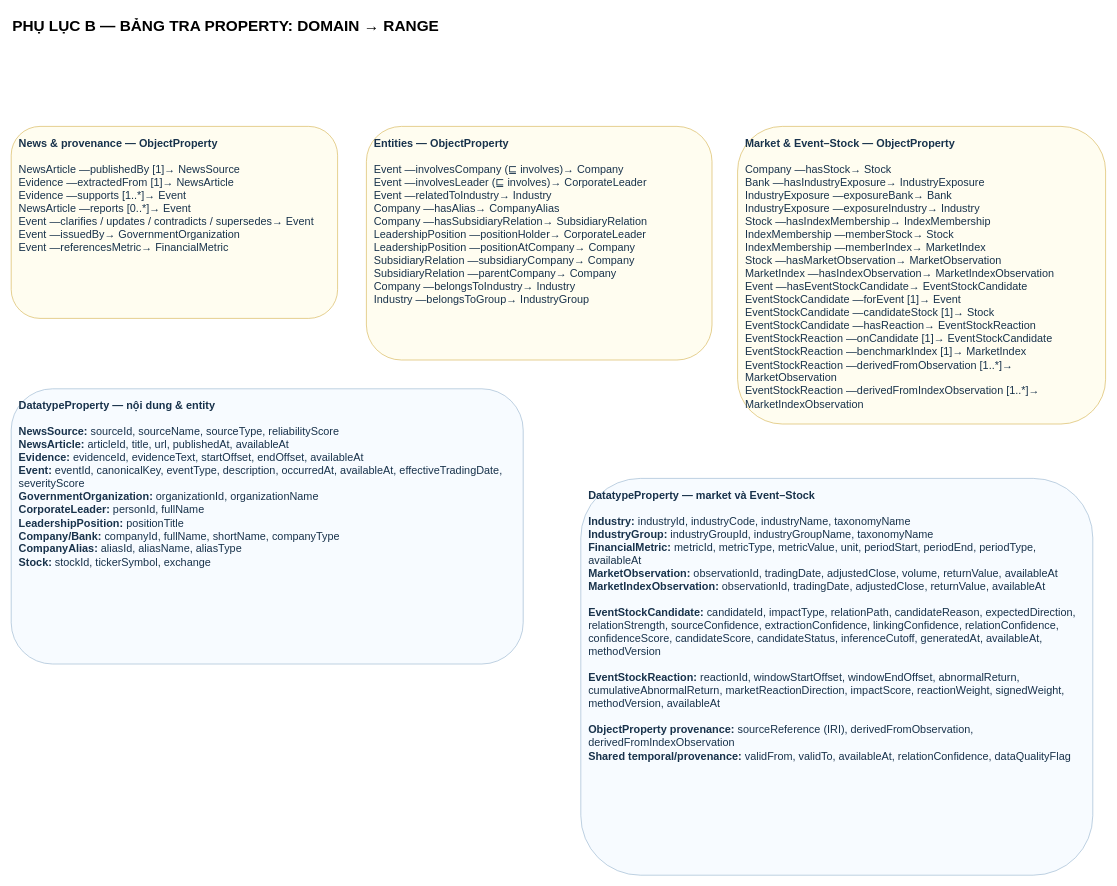
Lequynhlan/master_thesis_draf keeps this draw.io diagram as page "06-Phụ lục Entity Property" (7 of 7) of chỉnh sửa mới nhất - 01-10/master_thesis_v1_synced_01-10.drawio.xml. Above is the earlier version. Source tidied: cells renumbered, new cells numbered last; positions are measured from the earlier drawing's top-left corner, leaving out a move shared by most shapes. Both pictures are drawn from the tidied source at 64%, with x=0, y=0 at pixel (11, 11).
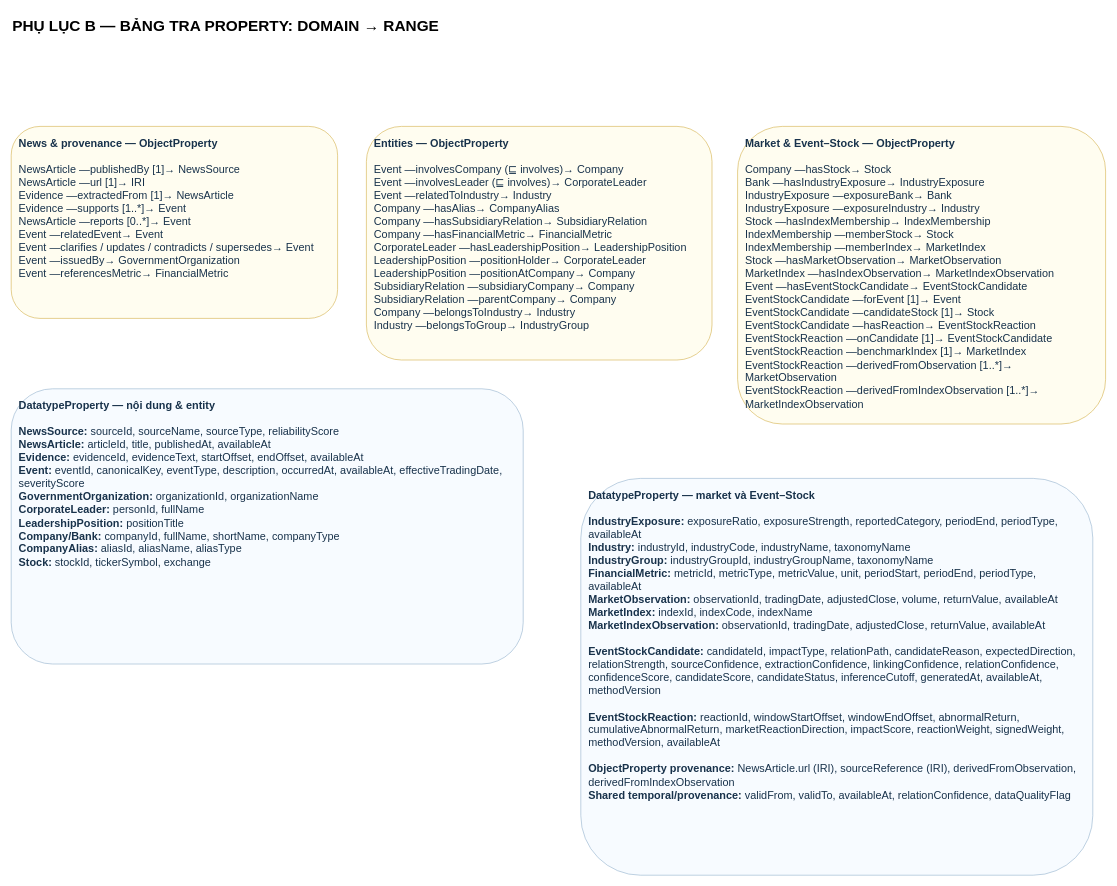
The same page after the edit.

Diff of the diagram source:
```diff
@@
 <mxGraphModel>
   <root>
     <mxCell id="0" />
     <mxCell id="1" parent="0" />
     <mxCell id="2" value="PHỤ LỤC B — BẢNG TRA PROPERTY: DOMAIN → RANGE" style="text;html=1;strokeColor=none;fillColor=none;align=left;verticalAlign=middle;fontSize=24;fontStyle=1;fontFamily=Arial;" parent="1" vertex="1">
       <mxGeometry width="1650" height="45" as="geometry" />
     </mxCell>
-    <mxCell id="3" value="&lt;b&gt;News &amp; provenance — ObjectProperty&lt;/b&gt;&lt;br&gt;&lt;br&gt;NewsArticle —publishedBy [1]→ NewsSource&lt;br&gt;Evidence —extractedFrom [1]→ NewsArticle&lt;br&gt;Evidence —supports [1..*]→ Event&lt;br&gt;NewsArticle —reports [0..*]→ Event&lt;br&gt;Event —clarifies / updates / contradicts / supersedes→ Event&lt;br&gt;Event —issuedBy→ GovernmentOrganization&lt;br&gt;Event —referencesMetric→ FinancialMetric" style="rounded=1;whiteSpace=wrap;html=1;align=left;verticalAlign=top;spacing=12;fillColor=#fffdf0;strokeColor=#d6b656;fontColor=#18324b;fontSize=17;fontFamily=Arial;" parent="1" vertex="1">
+    <mxCell id="3" value="&lt;b&gt;News &amp; provenance — ObjectProperty&lt;/b&gt;&lt;br&gt;&lt;br&gt;NewsArticle —publishedBy [1]→ NewsSource&lt;br&gt;NewsArticle —url [1]→ IRI&lt;br&gt;Evidence —extractedFrom [1]→ NewsArticle&lt;br&gt;Evidence —supports [1..*]→ Event&lt;br&gt;NewsArticle —reports [0..*]→ Event&lt;br&gt;Event —relatedEvent→ Event&lt;br&gt;Event —clarifies / updates / contradicts / supersedes→ Event&lt;br&gt;Event —issuedBy→ GovernmentOrganization&lt;br&gt;Event —referencesMetric→ FinancialMetric" style="rounded=1;whiteSpace=wrap;html=1;align=left;verticalAlign=top;spacing=12;fillColor=#fffdf0;strokeColor=#d6b656;fontColor=#18324b;fontSize=17;fontFamily=Arial;" parent="1" vertex="1">
       <mxGeometry y="180" width="510" height="300" as="geometry" />
     </mxCell>
-    <mxCell id="4" value="&lt;b&gt;Entities — ObjectProperty&lt;/b&gt;&lt;br&gt;&lt;br&gt;Event —involvesCompany (⊑ involves)→ Company&lt;br&gt;Event —involvesLeader (⊑ involves)→ CorporateLeader&lt;br&gt;Event —relatedToIndustry→ Industry&lt;br&gt;Company —hasAlias→ CompanyAlias&lt;br&gt;Company —hasSubsidiaryRelation→ SubsidiaryRelation&lt;br&gt;LeadershipPosition —positionHolder→ CorporateLeader&lt;br&gt;LeadershipPosition —positionAtCompany→ Company&lt;br&gt;SubsidiaryRelation —subsidiaryCompany→ Company&lt;br&gt;SubsidiaryRelation —parentCompany→ Company&lt;br&gt;Company —belongsToIndustry→ Industry&lt;br&gt;Industry —belongsToGroup→ IndustryGroup" style="rounded=1;whiteSpace=wrap;html=1;align=left;verticalAlign=top;spacing=12;fillColor=#fffdf0;strokeColor=#d6b656;fontColor=#18324b;fontSize=17;fontFamily=Arial;" parent="1" vertex="1">
+    <mxCell id="4" value="&lt;b&gt;Entities — ObjectProperty&lt;/b&gt;&lt;br&gt;&lt;br&gt;Event —involvesCompany (⊑ involves)→ Company&lt;br&gt;Event —involvesLeader (⊑ involves)→ CorporateLeader&lt;br&gt;Event —relatedToIndustry→ Industry&lt;br&gt;Company —hasAlias→ CompanyAlias&lt;br&gt;Company —hasSubsidiaryRelation→ SubsidiaryRelation&lt;br&gt;Company —hasFinancialMetric→ FinancialMetric&lt;br&gt;CorporateLeader —hasLeadershipPosition→ LeadershipPosition&lt;br&gt;LeadershipPosition —positionHolder→ CorporateLeader&lt;br&gt;LeadershipPosition —positionAtCompany→ Company&lt;br&gt;SubsidiaryRelation —subsidiaryCompany→ Company&lt;br&gt;SubsidiaryRelation —parentCompany→ Company&lt;br&gt;Company —belongsToIndustry→ Industry&lt;br&gt;Industry —belongsToGroup→ IndustryGroup" style="rounded=1;whiteSpace=wrap;html=1;align=left;verticalAlign=top;spacing=12;fillColor=#fffdf0;strokeColor=#d6b656;fontColor=#18324b;fontSize=17;fontFamily=Arial;" parent="1" vertex="1">
       <mxGeometry x="555" y="180" width="540" height="365" as="geometry" />
     </mxCell>
     <mxCell id="5" value="&lt;b&gt;Market &amp; Event–Stock — ObjectProperty&lt;/b&gt;&lt;br&gt;&lt;br&gt;Company —hasStock→ Stock&lt;br&gt;Bank —hasIndustryExposure→ IndustryExposure&lt;br&gt;IndustryExposure —exposureBank→ Bank&lt;br&gt;IndustryExposure —exposureIndustry→ Industry&lt;br&gt;Stock —hasIndexMembership→ IndexMembership&lt;br&gt;IndexMembership —memberStock→ Stock&lt;br&gt;IndexMembership —memberIndex→ MarketIndex&lt;br&gt;Stock —hasMarketObservation→ MarketObservation&lt;br&gt;MarketIndex —hasIndexObservation→ MarketIndexObservation&lt;br&gt;Event —hasEventStockCandidate→ EventStockCandidate&lt;br&gt;EventStockCandidate —forEvent [1]→ Event&lt;br&gt;EventStockCandidate —candidateStock [1]→ Stock&lt;br&gt;EventStockCandidate —hasReaction→ EventStockReaction&lt;br&gt;EventStockReaction —onCandidate [1]→ EventStockCandidate&lt;br&gt;EventStockReaction —benchmarkIndex [1]→ MarketIndex&lt;br&gt;EventStockReaction —derivedFromObservation [1..*]→ MarketObservation&lt;br&gt;EventStockReaction —derivedFromIndexObservation [1..*]→ MarketIndexObservation" style="rounded=1;whiteSpace=wrap;html=1;align=left;verticalAlign=top;spacing=12;fillColor=#fffdf0;strokeColor=#d6b656;fontColor=#18324b;fontSize=17;fontFamily=Arial;" parent="1" vertex="1">
       <mxGeometry x="1135" y="180" width="575" height="465" as="geometry" />
     </mxCell>
-    <mxCell id="6" value="&lt;b&gt;DatatypeProperty — nội dung &amp; entity&lt;/b&gt;&lt;br&gt;&lt;br&gt;&lt;b&gt;NewsSource:&lt;/b&gt; sourceId, sourceName, sourceType, reliabilityScore&lt;br&gt;&lt;b&gt;NewsArticle:&lt;/b&gt; articleId, title, url, publishedAt, availableAt&lt;br&gt;&lt;b&gt;Evidence:&lt;/b&gt; evidenceId, evidenceText, startOffset, endOffset, availableAt&lt;br&gt;&lt;b&gt;Event:&lt;/b&gt; eventId, canonicalKey, eventType, description, occurredAt, availableAt, effectiveTradingDate, severityScore&lt;br&gt;&lt;b&gt;GovernmentOrganization:&lt;/b&gt; organizationId, organizationName&lt;br&gt;&lt;b&gt;CorporateLeader:&lt;/b&gt; personId, fullName&lt;br&gt;&lt;b&gt;LeadershipPosition:&lt;/b&gt; positionTitle&lt;br&gt;&lt;b&gt;Company/Bank:&lt;/b&gt; companyId, fullName, shortName, companyType&lt;br&gt;&lt;b&gt;CompanyAlias:&lt;/b&gt; aliasId, aliasName, aliasType&lt;br&gt;&lt;b&gt;Stock:&lt;/b&gt; stockId, tickerSymbol, exchange" style="rounded=1;whiteSpace=wrap;html=1;align=left;verticalAlign=top;spacing=12;fillColor=#f7fbff;strokeColor=#9bb7d0;fontColor=#18324b;fontSize=17;fontFamily=Arial;" parent="1" vertex="1">
+    <mxCell id="6" value="&lt;b&gt;DatatypeProperty — nội dung &amp; entity&lt;/b&gt;&lt;br&gt;&lt;br&gt;&lt;b&gt;NewsSource:&lt;/b&gt; sourceId, sourceName, sourceType, reliabilityScore&lt;br&gt;&lt;b&gt;NewsArticle:&lt;/b&gt; articleId, title, publishedAt, availableAt&lt;br&gt;&lt;b&gt;Evidence:&lt;/b&gt; evidenceId, evidenceText, startOffset, endOffset, availableAt&lt;br&gt;&lt;b&gt;Event:&lt;/b&gt; eventId, canonicalKey, eventType, description, occurredAt, availableAt, effectiveTradingDate, severityScore&lt;br&gt;&lt;b&gt;GovernmentOrganization:&lt;/b&gt; organizationId, organizationName&lt;br&gt;&lt;b&gt;CorporateLeader:&lt;/b&gt; personId, fullName&lt;br&gt;&lt;b&gt;LeadershipPosition:&lt;/b&gt; positionTitle&lt;br&gt;&lt;b&gt;Company/Bank:&lt;/b&gt; companyId, fullName, shortName, companyType&lt;br&gt;&lt;b&gt;CompanyAlias:&lt;/b&gt; aliasId, aliasName, aliasType&lt;br&gt;&lt;b&gt;Stock:&lt;/b&gt; stockId, tickerSymbol, exchange" style="rounded=1;whiteSpace=wrap;html=1;align=left;verticalAlign=top;spacing=12;fillColor=#f7fbff;strokeColor=#9bb7d0;fontColor=#18324b;fontSize=17;fontFamily=Arial;" parent="1" vertex="1">
       <mxGeometry y="590" width="800" height="430" as="geometry" />
     </mxCell>
-    <mxCell id="7" value="&lt;b&gt;DatatypeProperty — market và Event–Stock&lt;/b&gt;&lt;br&gt;&lt;br&gt;&lt;b&gt;Industry:&lt;/b&gt; industryId, industryCode, industryName, taxonomyName&lt;br&gt;&lt;b&gt;IndustryGroup:&lt;/b&gt; industryGroupId, industryGroupName, taxonomyName&lt;br&gt;&lt;b&gt;FinancialMetric:&lt;/b&gt; metricId, metricType, metricValue, unit, periodStart, periodEnd, periodType, availableAt&lt;br&gt;&lt;b&gt;MarketObservation:&lt;/b&gt; observationId, tradingDate, adjustedClose, volume, returnValue, availableAt&lt;br&gt;&lt;b&gt;MarketIndexObservation:&lt;/b&gt; observationId, tradingDate, adjustedClose, returnValue, availableAt&lt;br&gt;&lt;br&gt;&lt;b&gt;EventStockCandidate:&lt;/b&gt; candidateId, impactType, relationPath, candidateReason, expectedDirection, relationStrength, sourceConfidence, extractionConfidence, linkingConfidence, relationConfidence, confidenceScore, candidateScore, candidateStatus, inferenceCutoff, generatedAt, availableAt, methodVersion&lt;br&gt;&lt;br&gt;&lt;b&gt;EventStockReaction:&lt;/b&gt; reactionId, windowStartOffset, windowEndOffset, abnormalReturn, cumulativeAbnormalReturn, marketReactionDirection, impactScore, reactionWeight, signedWeight, methodVersion, availableAt&lt;br&gt;&lt;br&gt;&lt;b&gt;ObjectProperty provenance:&lt;/b&gt; sourceReference (IRI), derivedFromObservation, derivedFromIndexObservation&lt;br&gt;&lt;b&gt;Shared temporal/provenance:&lt;/b&gt; validFrom, validTo, availableAt, relationConfidence, dataQualityFlag" style="rounded=1;whiteSpace=wrap;html=1;align=left;verticalAlign=top;spacing=12;fillColor=#f7fbff;strokeColor=#9bb7d0;fontColor=#18324b;fontSize=17;fontFamily=Arial;" parent="1" vertex="1">
+    <mxCell id="7" value="&lt;b&gt;DatatypeProperty — market và Event–Stock&lt;/b&gt;&lt;br&gt;&lt;br&gt;&lt;b&gt;IndustryExposure:&lt;/b&gt; exposureRatio, exposureStrength, reportedCategory, periodEnd, periodType, availableAt&lt;br&gt;&lt;b&gt;Industry:&lt;/b&gt; industryId, industryCode, industryName, taxonomyName&lt;br&gt;&lt;b&gt;IndustryGroup:&lt;/b&gt; industryGroupId, industryGroupName, taxonomyName&lt;br&gt;&lt;b&gt;FinancialMetric:&lt;/b&gt; metricId, metricType, metricValue, unit, periodStart, periodEnd, periodType, availableAt&lt;br&gt;&lt;b&gt;MarketObservation:&lt;/b&gt; observationId, tradingDate, adjustedClose, volume, returnValue, availableAt&lt;br&gt;&lt;b&gt;MarketIndex:&lt;/b&gt; indexId, indexCode, indexName&lt;br&gt;&lt;b&gt;MarketIndexObservation:&lt;/b&gt; observationId, tradingDate, adjustedClose, returnValue, availableAt&lt;br&gt;&lt;br&gt;&lt;b&gt;EventStockCandidate:&lt;/b&gt; candidateId, impactType, relationPath, candidateReason, expectedDirection, relationStrength, sourceConfidence, extractionConfidence, linkingConfidence, relationConfidence, confidenceScore, candidateScore, candidateStatus, inferenceCutoff, generatedAt, availableAt, methodVersion&lt;br&gt;&lt;br&gt;&lt;b&gt;EventStockReaction:&lt;/b&gt; reactionId, windowStartOffset, windowEndOffset, abnormalReturn, cumulativeAbnormalReturn, marketReactionDirection, impactScore, reactionWeight, signedWeight, methodVersion, availableAt&lt;br&gt;&lt;br&gt;&lt;b&gt;ObjectProperty provenance:&lt;/b&gt; NewsArticle.url (IRI), sourceReference (IRI), derivedFromObservation, derivedFromIndexObservation&lt;br&gt;&lt;b&gt;Shared temporal/provenance:&lt;/b&gt; validFrom, validTo, availableAt, relationConfidence, dataQualityFlag" style="rounded=1;whiteSpace=wrap;html=1;align=left;verticalAlign=top;spacing=12;fillColor=#f7fbff;strokeColor=#9bb7d0;fontColor=#18324b;fontSize=17;fontFamily=Arial;" parent="1" vertex="1">
       <mxGeometry x="890" y="730" width="800" height="620" as="geometry" />
     </mxCell>
   </root>
 </mxGraphModel>
```
